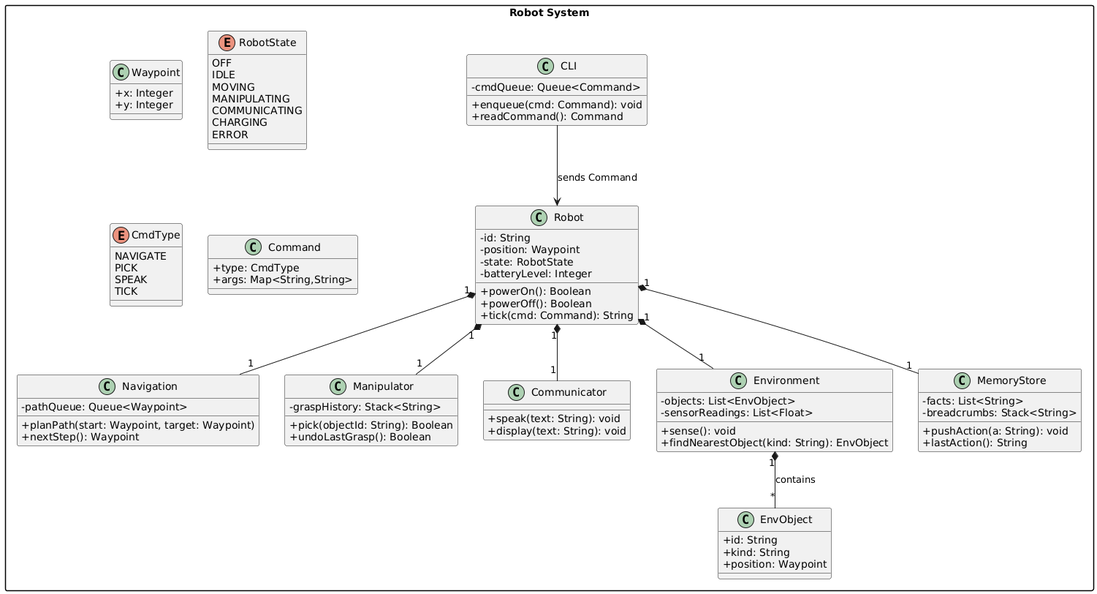
va-angelier/va-angelier.github.io keeps this PlantUML diagram as OOP_PCOM7E_Assignment/assets/img/class_diagram.png. Above is the earlier version.
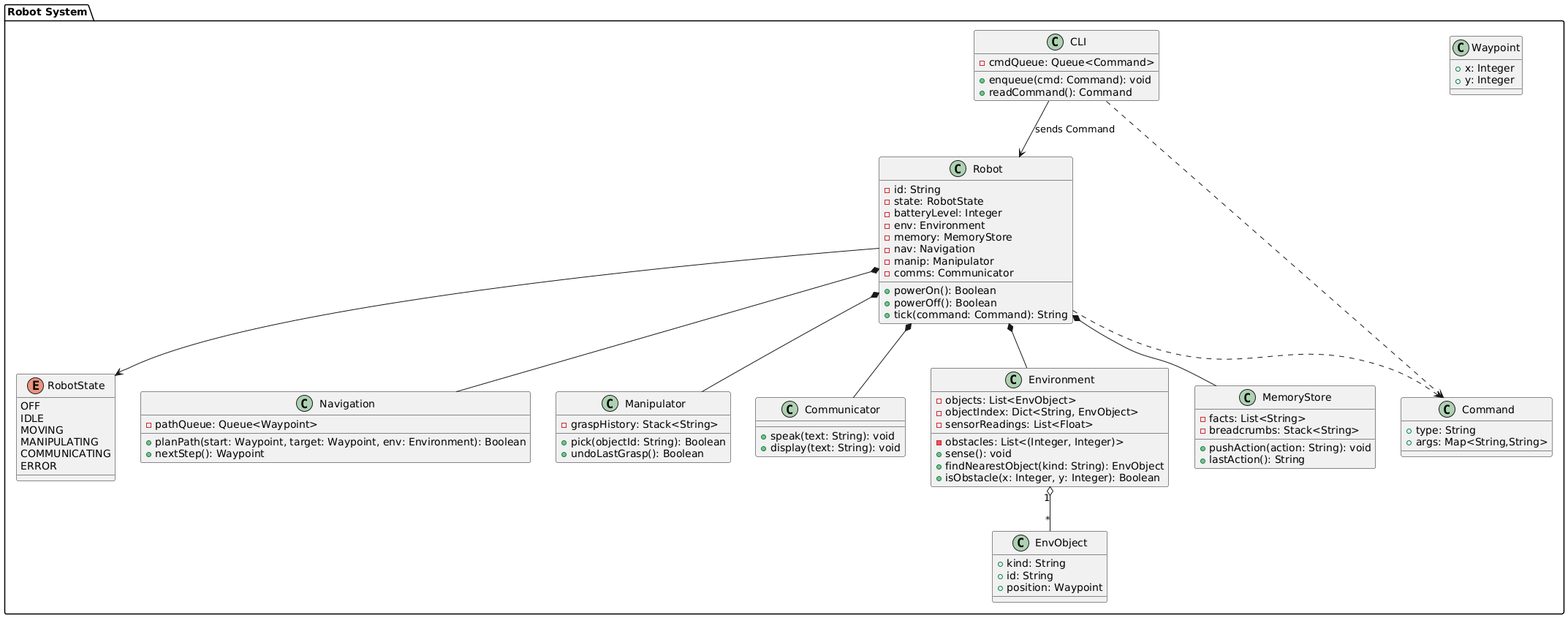
After the commit.

What changed in the source:
```diff
@@ -1,18 +1,17 @@
 @startuml
-skinparam packageStyle rectangle
-skinparam classAttributeIconSize 0
-
 package "Robot System" {
-
-  class Waypoint {
-    + x: Integer
-    + y: Integer
-  }
-
-  class EnvObject {
-    + id: String
-    + kind: String
-    + position: Waypoint
+  class Robot {
+    - id: String
+    - state: RobotState
+    - batteryLevel: Integer
+    - env: Environment
+    - memory: MemoryStore
+    - nav: Navigation
+    - manip: Manipulator
+    - comms: Communicator
+    + powerOn(): Boolean
+    + powerOff(): Boolean
+    + tick(command: Command): String
   }
 
   enum RobotState {
@@ -21,35 +20,12 @@
     MOVING
     MANIPULATING
     COMMUNICATING
-    CHARGING
     ERROR
-  }
-
-  enum CmdType {
-    NAVIGATE
-    PICK
-    SPEAK
-    TICK
-  }
-
-  class Command {
-    + type: CmdType
-    + args: Map<String,String>
-  }
-
-  class Robot {
-    - id: String
-    - position: Waypoint
-    - state: RobotState
-    - batteryLevel: Integer
-    + powerOn(): Boolean
-    + powerOff(): Boolean
-    + tick(cmd: Command): String
   }
 
   class Navigation {
     - pathQueue: Queue<Waypoint>
-    + planPath(start: Waypoint, target: Waypoint)
+    + planPath(start: Waypoint, target: Waypoint, env: Environment): Boolean
     + nextStep(): Waypoint
   }
 
@@ -66,16 +42,12 @@
 
   class Environment {
     - objects: List<EnvObject>
+    - objectIndex: Dict<String, EnvObject>
     - sensorReadings: List<Float>
+    - obstacles: List<(Integer, Integer)>
     + sense(): void
     + findNearestObject(kind: String): EnvObject
-  }
-
-  class MemoryStore {
-    - facts: List<String>
-    - breadcrumbs: Stack<String>
-    + pushAction(a: String): void
-    + lastAction(): String
+    + isObstacle(x: Integer, y: Integer): Boolean
   }
 
   class CLI {
@@ -84,13 +56,39 @@
     + readCommand(): Command
   }
 
-  Robot "1" *-- "1" Navigation
-  Robot "1" *-- "1" Manipulator
-  Robot "1" *-- "1" Communicator
-  Robot "1" *-- "1" Environment
-  Robot "1" *-- "1" MemoryStore
+  class MemoryStore {
+    - facts: List<String>
+    - breadcrumbs: Stack<String>
+    + pushAction(action: String): void
+    + lastAction(): String
+  }
 
-  Environment "1" *-- "*" EnvObject : contains
-  CLI --> Robot : sends Command
+  class Command {
+    + type: String
+    + args: Map<String,String>
+  }
+
+  class Waypoint {
+    + x: Integer
+    + y: Integer
+  }
+
+  class EnvObject {
+    + kind: String
+    + id: String
+    + position: Waypoint
+  }
+
+  Robot *-- Navigation
+  Robot *-- Manipulator
+  Robot *-- Communicator
+  Robot *-- Environment
+  Robot *-- MemoryStore
+  Robot --> RobotState
+
+  Environment "1" o-- "*" EnvObject
+  CLI ..> Command
+  Robot ..> Command
+  CLI --> Robot : "sends Command"
 }
 @enduml
```
